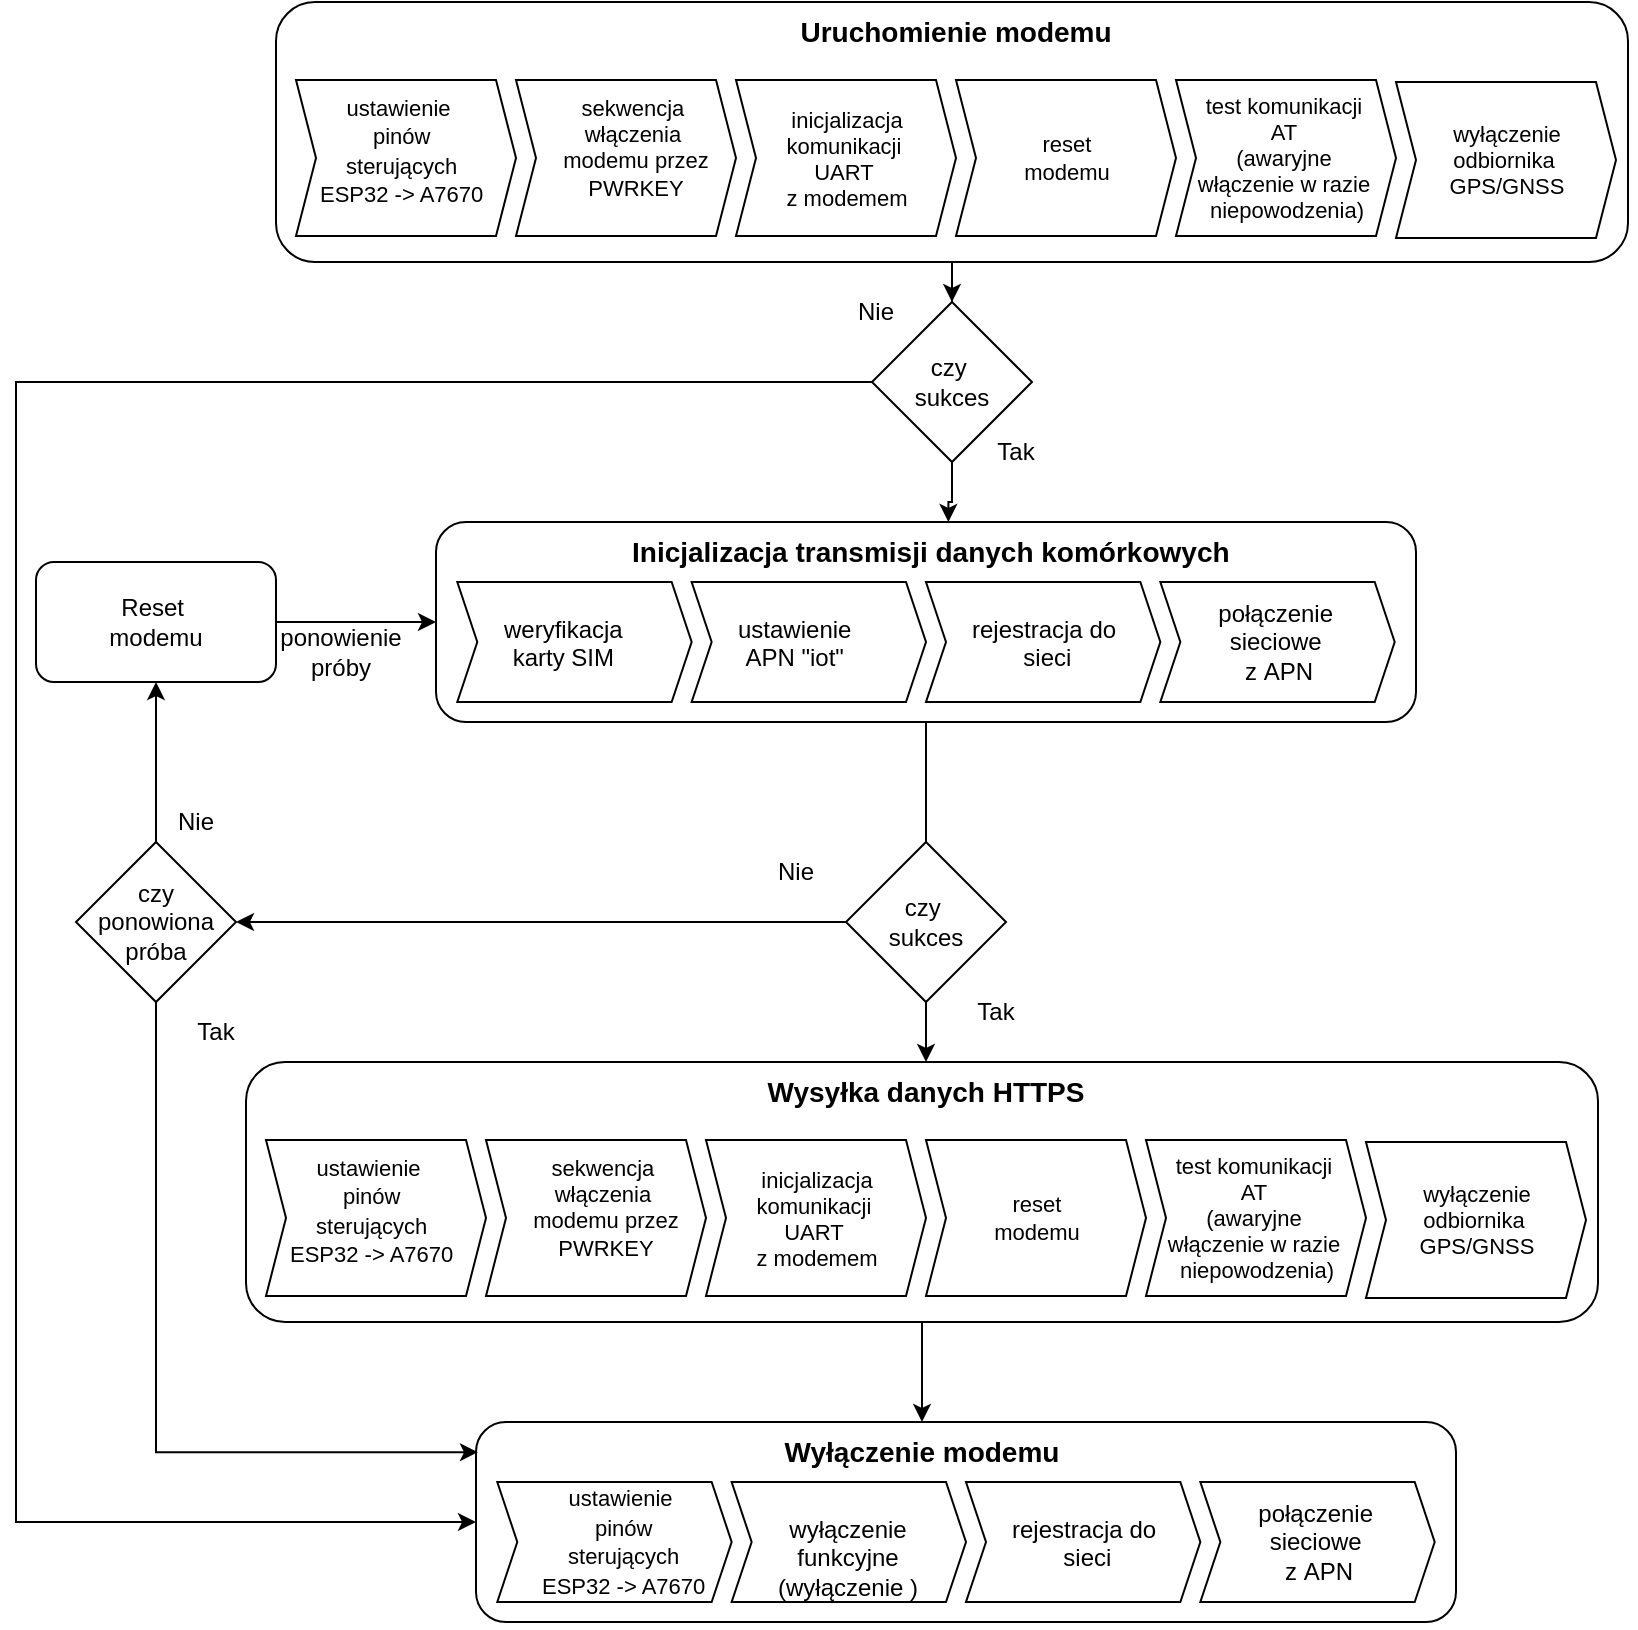
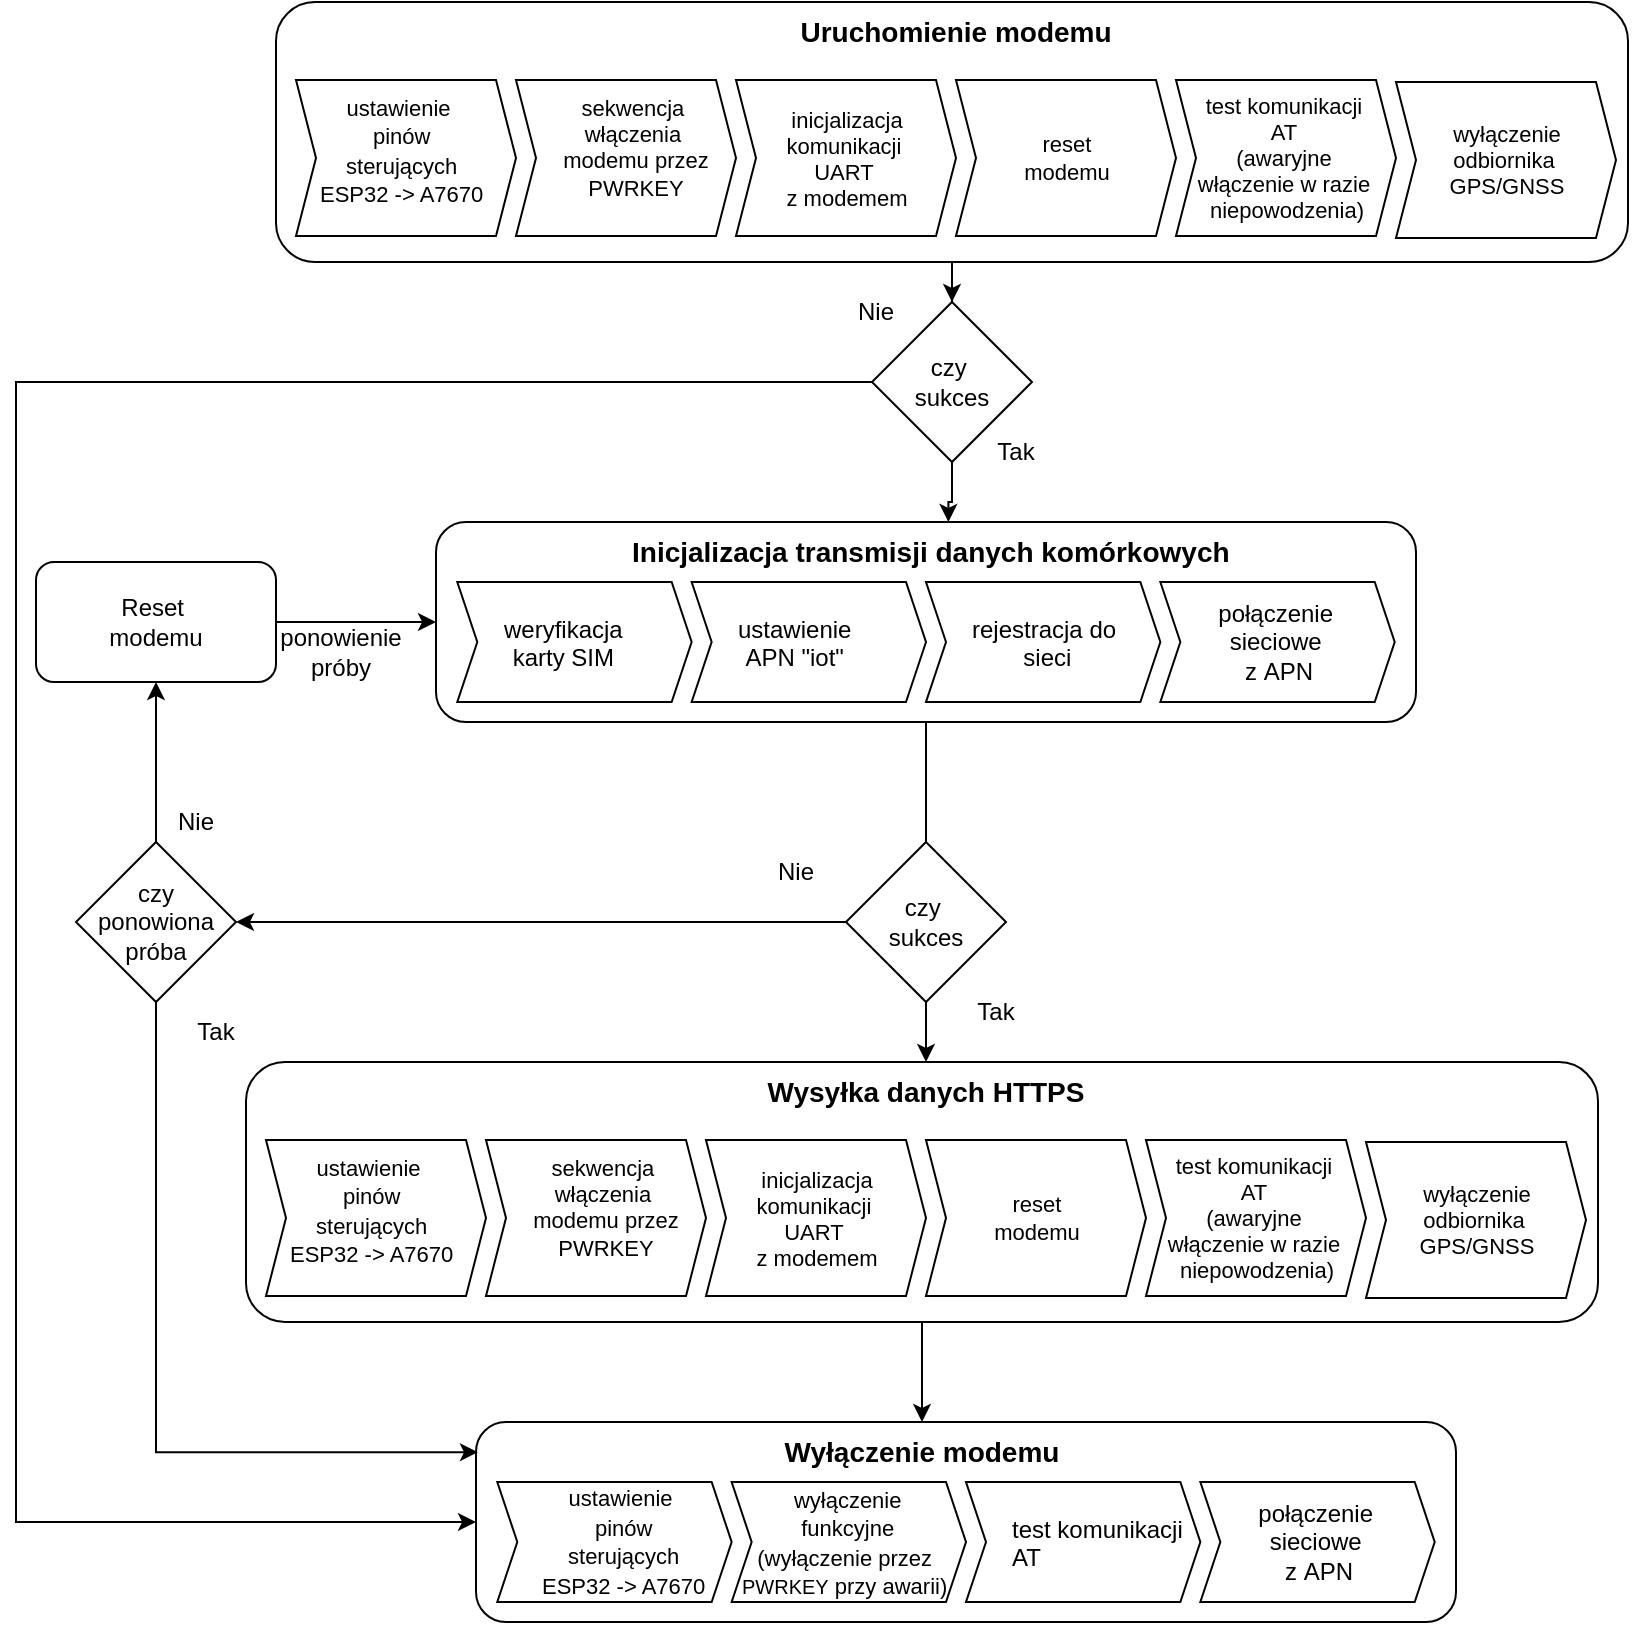
<mxfile host="app.diagrams.net">
  <diagram name="Strona-1" id="qUiWrLwNQSNPpPlMcjFA">
-     <mxGraphModel dx="2038" dy="2347" grid="1" gridSize="10" guides="1" tooltips="1" connect="1" arrows="1" fold="1" page="1" pageScale="1" pageWidth="827" pageHeight="1169" math="0" shadow="0">
+     <mxGraphModel dx="403" dy="1562" grid="1" gridSize="10" guides="1" tooltips="1" connect="1" arrows="1" fold="1" page="1" pageScale="1" pageWidth="827" pageHeight="1169" math="0" shadow="0">
      <root>
        <mxCell id="0" />
        <mxCell id="1" parent="0" />
        <mxCell id="zzqq1YDTvUKB0URQ00NY-44" connectable="0" parent="1" style="group" value="" vertex="1">
          <mxGeometry height="100" width="490" x="650" y="110" as="geometry" />
        </mxCell>
        <mxCell id="zzqq1YDTvUKB0URQ00NY-41" parent="zzqq1YDTvUKB0URQ00NY-44" style="rounded=1;whiteSpace=wrap;html=1;fillColor=none;" value="" vertex="1">
          <mxGeometry height="100" width="490.0000000000001" as="geometry" />
        </mxCell>
        <mxCell id="zzqq1YDTvUKB0URQ00NY-43" connectable="0" parent="zzqq1YDTvUKB0URQ00NY-44" style="group" value="" vertex="1">
          <mxGeometry height="90" width="468.6956521739131" x="10.65217391304348" as="geometry" />
        </mxCell>
        <mxCell id="zzqq1YDTvUKB0URQ00NY-32" parent="zzqq1YDTvUKB0URQ00NY-43" style="html=1;shadow=0;dashed=0;align=center;verticalAlign=middle;shape=mxgraph.arrows2.arrow;dy=0;dx=10;notch=10;" value="" vertex="1">
          <mxGeometry height="60" width="117.17391304347828" y="30" as="geometry" />
        </mxCell>
        <mxCell id="zzqq1YDTvUKB0URQ00NY-34" parent="zzqq1YDTvUKB0URQ00NY-43" style="text;whiteSpace=wrap;html=1;" value="&lt;span style=&quot;caret-color: rgb(0, 0, 0); color: rgb(0, 0, 0); font-family: Helvetica; font-size: 12.000001px; font-style: normal; font-variant-caps: normal; font-weight: 400; letter-spacing: normal; orphans: 2; text-align: center; text-indent: 0px; text-transform: none; white-space: nowrap; widows: 2; word-spacing: 0px; -webkit-text-stroke-width: 0px; text-decoration-line: none; text-decoration-thickness: auto; text-decoration-style: solid;&quot;&gt;weryfikacja&lt;/span&gt;&lt;div style=&quot;caret-color: rgb(0, 0, 0); color: rgb(0, 0, 0); font-family: Helvetica; font-size: 12.000001px; font-style: normal; font-variant-caps: normal; font-weight: 400; letter-spacing: normal; orphans: 2; text-align: center; text-indent: 0px; text-transform: none; white-space: nowrap; widows: 2; word-spacing: 0px; -webkit-text-stroke-width: 0px; text-decoration-line: none; text-decoration-thickness: auto; text-decoration-style: solid;&quot;&gt;karty SIM&lt;/div&gt;" vertex="1">
          <mxGeometry height="50" width="95.86956521739131" x="21.30434782608696" y="40" as="geometry" />
        </mxCell>
        <mxCell id="zzqq1YDTvUKB0URQ00NY-35" parent="zzqq1YDTvUKB0URQ00NY-43" style="html=1;shadow=0;dashed=0;align=center;verticalAlign=middle;shape=mxgraph.arrows2.arrow;dy=0;dx=10;notch=10;" value="" vertex="1">
          <mxGeometry height="60" width="117.17391304347828" x="117.17391304347828" y="30" as="geometry" />
        </mxCell>
        <mxCell id="zzqq1YDTvUKB0URQ00NY-36" parent="zzqq1YDTvUKB0URQ00NY-43" style="text;whiteSpace=wrap;html=1;" value="&lt;div style=&quot;text-align: center;&quot;&gt;&lt;span style=&quot;font-size: 12px; caret-color: rgb(0, 0, 0); text-wrap-mode: nowrap;&quot;&gt;&lt;font color=&quot;#000000&quot;&gt;ustawienie&lt;/font&gt;&lt;/span&gt;&lt;/div&gt;&lt;div style=&quot;text-align: center;&quot;&gt;&lt;span style=&quot;font-size: 12px; caret-color: rgb(0, 0, 0); text-wrap-mode: nowrap;&quot;&gt;&lt;font color=&quot;#000000&quot;&gt;APN&amp;nbsp;&lt;/font&gt;&lt;/span&gt;&lt;span style=&quot;font-size: 12px; white-space: nowrap;&quot;&gt;&quot;iot&quot;&lt;/span&gt;&lt;/div&gt;" vertex="1">
          <mxGeometry height="50" width="95.86956521739131" x="138.47826086956525" y="40" as="geometry" />
        </mxCell>
        <mxCell id="zzqq1YDTvUKB0URQ00NY-37" parent="zzqq1YDTvUKB0URQ00NY-43" style="html=1;shadow=0;dashed=0;align=center;verticalAlign=middle;shape=mxgraph.arrows2.arrow;dy=0;dx=10;notch=10;" value="" vertex="1">
          <mxGeometry height="60" width="117.17391304347828" x="234.34782608695656" y="30" as="geometry" />
        </mxCell>
        <mxCell id="zzqq1YDTvUKB0URQ00NY-38" parent="zzqq1YDTvUKB0URQ00NY-43" style="text;whiteSpace=wrap;html=1;" value="&lt;div style=&quot;text-align: center;&quot;&gt;&lt;span style=&quot;caret-color: rgb(0, 0, 0); text-wrap-mode: nowrap;&quot;&gt;rejestracja do&amp;nbsp;&lt;/span&gt;&lt;/div&gt;&lt;div style=&quot;text-align: center;&quot;&gt;&lt;span style=&quot;caret-color: rgb(0, 0, 0); text-wrap-mode: nowrap;&quot;&gt;sieci&lt;/span&gt;&lt;/div&gt;" vertex="1">
          <mxGeometry height="50" width="95.86956521739131" x="255.6521739130435" y="40" as="geometry" />
        </mxCell>
        <mxCell id="zzqq1YDTvUKB0URQ00NY-39" parent="zzqq1YDTvUKB0URQ00NY-43" style="html=1;shadow=0;dashed=0;align=center;verticalAlign=middle;shape=mxgraph.arrows2.arrow;dy=0;dx=10;notch=10;" value="połączenie&amp;nbsp;&lt;div&gt;sieciowe&amp;nbsp;&lt;/div&gt;&lt;div&gt;z&amp;nbsp;&lt;span style=&quot;font-size: 12px;&quot;&gt;APN&lt;/span&gt;&lt;/div&gt;" vertex="1">
          <mxGeometry height="60" width="117.17391304347828" x="351.52173913043487" y="30" as="geometry" />
        </mxCell>
        <mxCell id="zzqq1YDTvUKB0URQ00NY-42" parent="zzqq1YDTvUKB0URQ00NY-43" style="text;whiteSpace=wrap;html=1;" value="&lt;div style=&quot;text-align: center;&quot;&gt;&lt;span style=&quot;text-align: start;&quot;&gt;&lt;b&gt;&lt;font style=&quot;font-size: 14px;&quot;&gt;Inicjalizacja transmisji danych komórkowych&lt;/font&gt;&lt;/b&gt;&lt;/span&gt;&lt;br&gt;&lt;/div&gt;" vertex="1">
          <mxGeometry height="50" width="320.63043478260875" x="85.21739130434784" as="geometry" />
        </mxCell>
        <mxCell id="zzqq1YDTvUKB0URQ00NY-64" connectable="0" parent="1" style="group" value="" vertex="1">
          <mxGeometry height="130" width="680" x="570" y="-150" as="geometry" />
        </mxCell>
        <mxCell id="zzqq1YDTvUKB0URQ00NY-47" parent="zzqq1YDTvUKB0URQ00NY-64" style="rounded=1;whiteSpace=wrap;html=1;fillColor=none;" value="" vertex="1">
          <mxGeometry height="130" width="676" as="geometry" />
        </mxCell>
        <mxCell id="zzqq1YDTvUKB0URQ00NY-63" connectable="0" parent="zzqq1YDTvUKB0URQ00NY-64" style="group" value="" vertex="1">
          <mxGeometry height="118" width="670" x="10" as="geometry" />
        </mxCell>
        <mxCell id="zzqq1YDTvUKB0URQ00NY-48" connectable="0" parent="zzqq1YDTvUKB0URQ00NY-63" style="group" value="" vertex="1">
          <mxGeometry height="117" width="670" as="geometry" />
        </mxCell>
        <mxCell id="zzqq1YDTvUKB0URQ00NY-49" parent="zzqq1YDTvUKB0URQ00NY-48" style="html=1;shadow=0;dashed=0;align=center;verticalAlign=middle;shape=mxgraph.arrows2.arrow;dy=0;dx=10;notch=10;" value="" vertex="1">
          <mxGeometry height="78" width="110" y="39" as="geometry" />
        </mxCell>
        <mxCell id="zzqq1YDTvUKB0URQ00NY-51" parent="zzqq1YDTvUKB0URQ00NY-48" style="html=1;shadow=0;dashed=0;align=center;verticalAlign=middle;shape=mxgraph.arrows2.arrow;dy=0;dx=10;notch=10;" value="" vertex="1">
          <mxGeometry height="78" width="110" x="110" y="39" as="geometry" />
        </mxCell>
        <mxCell id="zzqq1YDTvUKB0URQ00NY-52" parent="zzqq1YDTvUKB0URQ00NY-48" style="text;whiteSpace=wrap;html=1;fontSize=11;align=center;" value="&lt;div style=&quot;&quot;&gt;&lt;span style=&quot;caret-color: rgb(0, 0, 0); text-wrap-mode: nowrap;&quot;&gt;sekwencja&amp;nbsp;&lt;/span&gt;&lt;/div&gt;&lt;div style=&quot;&quot;&gt;&lt;span style=&quot;caret-color: rgb(0, 0, 0); text-wrap-mode: nowrap;&quot;&gt;włączenia&amp;nbsp;&lt;/span&gt;&lt;/div&gt;&lt;div style=&quot;&quot;&gt;&lt;span style=&quot;caret-color: rgb(0, 0, 0); text-wrap-mode: nowrap;&quot;&gt;modemu przez&lt;/span&gt;&lt;/div&gt;&lt;div style=&quot;&quot;&gt;&lt;span style=&quot;caret-color: rgb(0, 0, 0); text-wrap-mode: nowrap;&quot;&gt;PWRKEY&lt;/span&gt;&lt;/div&gt;&lt;div style=&quot;&quot;&gt;&lt;span style=&quot;caret-color: rgb(0, 0, 0); text-wrap-mode: nowrap;&quot;&gt;&lt;br&gt;&lt;/span&gt;&lt;/div&gt;&lt;div style=&quot;&quot;&gt;&lt;br&gt;&lt;/div&gt;" vertex="1">
          <mxGeometry height="77" width="120" x="110" y="40" as="geometry" />
        </mxCell>
        <mxCell id="zzqq1YDTvUKB0URQ00NY-53" parent="zzqq1YDTvUKB0URQ00NY-48" style="html=1;shadow=0;dashed=0;align=center;verticalAlign=middle;shape=mxgraph.arrows2.arrow;dy=0;dx=10;notch=10;" value="&lt;span style=&quot;font-size: 11px; float: none; display: inline !important; caret-color: rgb(0, 0, 0); color: rgb(0, 0, 0); text-decoration-color: currentcolor;&quot;&gt;inicjalizacja&lt;/span&gt;&lt;div style=&quot;font-size: 11px; white-space: normal; caret-color: rgb(0, 0, 0); color: rgb(0, 0, 0);&quot;&gt;&lt;span style=&quot;text-wrap-mode: nowrap;&quot;&gt;komunikacji&amp;nbsp;&lt;/span&gt;&lt;/div&gt;&lt;div style=&quot;font-size: 11px; white-space: normal; caret-color: rgb(0, 0, 0); color: rgb(0, 0, 0);&quot;&gt;&lt;span style=&quot;text-wrap-mode: nowrap;&quot;&gt;UART&amp;nbsp;&lt;/span&gt;&lt;/div&gt;&lt;div style=&quot;font-size: 11px; white-space: normal; caret-color: rgb(0, 0, 0); color: rgb(0, 0, 0);&quot;&gt;&lt;span style=&quot;text-wrap-mode: nowrap;&quot;&gt;z modemem&lt;/span&gt;&lt;/div&gt;" vertex="1">
          <mxGeometry height="78" width="110" x="220" y="39" as="geometry" />
        </mxCell>
        <mxCell id="zzqq1YDTvUKB0URQ00NY-55" parent="zzqq1YDTvUKB0URQ00NY-48" style="html=1;shadow=0;dashed=0;align=center;verticalAlign=middle;shape=mxgraph.arrows2.arrow;dy=0;dx=10;notch=10;fontSize=11;labelBackgroundColor=none;" value="reset&lt;div&gt;modemu&lt;/div&gt;" vertex="1">
          <mxGeometry height="78" width="110" x="330" y="39" as="geometry" />
        </mxCell>
        <mxCell id="zzqq1YDTvUKB0URQ00NY-56" parent="zzqq1YDTvUKB0URQ00NY-48" style="text;whiteSpace=wrap;html=1;align=center;" value="&lt;div style=&quot;&quot;&gt;&lt;span style=&quot;font-size: 14px;&quot;&gt;&lt;b&gt;Uruchomienie modemu&lt;/b&gt;&lt;/span&gt;&lt;/div&gt;" vertex="1">
          <mxGeometry height="65" width="680" x="-10" as="geometry" />
        </mxCell>
        <mxCell id="zzqq1YDTvUKB0URQ00NY-50" parent="zzqq1YDTvUKB0URQ00NY-48" style="text;whiteSpace=wrap;html=1;" value="&lt;div style=&quot;text-align: center;&quot;&gt;&lt;span style=&quot;text-wrap-mode: nowrap;&quot;&gt;&lt;font style=&quot;font-size: 11px;&quot;&gt;ustawienie&amp;nbsp;&lt;/font&gt;&lt;/span&gt;&lt;/div&gt;&lt;div style=&quot;text-align: center;&quot;&gt;&lt;span style=&quot;text-wrap-mode: nowrap;&quot;&gt;&lt;font style=&quot;font-size: 11px;&quot;&gt;pinów&lt;/font&gt;&lt;/span&gt;&lt;/div&gt;&lt;div style=&quot;text-align: center;&quot;&gt;&lt;span style=&quot;text-wrap-mode: nowrap;&quot;&gt;&lt;font style=&quot;font-size: 11px;&quot;&gt;&amp;nbsp;sterujących&amp;nbsp;&lt;/font&gt;&lt;/span&gt;&lt;/div&gt;&lt;div style=&quot;text-align: center;&quot;&gt;&lt;span style=&quot;font-size: 11px; text-wrap-mode: nowrap;&quot;&gt;ESP32 -&amp;gt; A7670&lt;/span&gt;&lt;/div&gt;&lt;div style=&quot;text-align: center;&quot;&gt;&lt;span style=&quot;text-wrap-mode: nowrap;&quot;&gt;&lt;br&gt;&lt;/span&gt;&lt;/div&gt;" vertex="1">
          <mxGeometry height="65" width="90" x="10" y="39" as="geometry" />
        </mxCell>
        <mxCell id="zzqq1YDTvUKB0URQ00NY-58" parent="zzqq1YDTvUKB0URQ00NY-63" style="html=1;shadow=0;dashed=0;align=center;verticalAlign=middle;shape=mxgraph.arrows2.arrow;dy=0;dx=10;notch=10;fontSize=11;" value="test komunikacji&amp;nbsp;&lt;div&gt;AT&amp;nbsp;&lt;div&gt;(awaryjne&amp;nbsp;&lt;/div&gt;&lt;div&gt;włączenie w razie&amp;nbsp;&lt;/div&gt;&lt;div&gt;niepowodzenia)&lt;/div&gt;&lt;/div&gt;" vertex="1">
          <mxGeometry height="78" width="110" x="440" y="39" as="geometry" />
        </mxCell>
        <mxCell id="zzqq1YDTvUKB0URQ00NY-59" parent="zzqq1YDTvUKB0URQ00NY-63" style="html=1;shadow=0;dashed=0;align=center;verticalAlign=middle;shape=mxgraph.arrows2.arrow;dy=0;dx=10;notch=10;fontSize=11;" value="wyłączenie&lt;div&gt;odbiornika&amp;nbsp;&lt;/div&gt;&lt;div&gt;GPS/GNSS&lt;/div&gt;" vertex="1">
          <mxGeometry height="78" width="110" x="550" y="40" as="geometry" />
        </mxCell>
        <mxCell id="zzqq1YDTvUKB0URQ00NY-69" edge="1" parent="1" source="zzqq1YDTvUKB0URQ00NY-65" style="edgeStyle=orthogonalEdgeStyle;rounded=0;orthogonalLoop=1;jettySize=auto;html=1;fontSize=13;" target="zzqq1YDTvUKB0URQ00NY-42" value="">
          <mxGeometry relative="1" as="geometry" />
        </mxCell>
        <mxCell id="zzqq1YDTvUKB0URQ00NY-126" edge="1" parent="1" source="zzqq1YDTvUKB0URQ00NY-65" style="edgeStyle=orthogonalEdgeStyle;rounded=0;orthogonalLoop=1;jettySize=auto;html=1;entryX=0;entryY=0.5;entryDx=0;entryDy=0;" target="zzqq1YDTvUKB0URQ00NY-73">
          <mxGeometry relative="1" as="geometry">
            <Array as="points">
              <mxPoint x="440" y="40" />
              <mxPoint x="440" y="610" />
            </Array>
            <mxPoint x="430" y="730" as="targetPoint" />
          </mxGeometry>
        </mxCell>
        <mxCell id="zzqq1YDTvUKB0URQ00NY-65" parent="1" style="rhombus;whiteSpace=wrap;html=1;" value="czy&amp;nbsp;&lt;div&gt;sukces&lt;/div&gt;" vertex="1">
          <mxGeometry height="80" width="80" x="868" as="geometry" />
        </mxCell>
        <mxCell id="zzqq1YDTvUKB0URQ00NY-66" parent="1" style="text;html=1;whiteSpace=wrap;strokeColor=none;fillColor=none;align=center;verticalAlign=middle;rounded=0;" value="Nie" vertex="1">
          <mxGeometry height="30" width="60" x="840" y="-10" as="geometry" />
        </mxCell>
        <mxCell id="zzqq1YDTvUKB0URQ00NY-72" connectable="0" parent="1" style="group" value="" vertex="1">
          <mxGeometry height="100" width="490" x="670" y="560" as="geometry" />
        </mxCell>
        <mxCell id="zzqq1YDTvUKB0URQ00NY-73" parent="zzqq1YDTvUKB0URQ00NY-72" style="rounded=1;whiteSpace=wrap;html=1;fillColor=none;" value="" vertex="1">
          <mxGeometry height="100" width="490.0000000000001" as="geometry" />
        </mxCell>
        <mxCell id="zzqq1YDTvUKB0URQ00NY-74" connectable="0" parent="zzqq1YDTvUKB0URQ00NY-72" style="group" value="" vertex="1">
-           <mxGeometry height="90" width="470" x="10.65217391304348" as="geometry" />
+           <mxGeometry height="95" width="470" x="10.65217391304348" as="geometry" />
        </mxCell>
        <mxCell id="zzqq1YDTvUKB0URQ00NY-75" parent="zzqq1YDTvUKB0URQ00NY-74" style="html=1;shadow=0;dashed=0;align=center;verticalAlign=middle;shape=mxgraph.arrows2.arrow;dy=0;dx=10;notch=10;" value="" vertex="1">
          <mxGeometry height="60" width="117.17391304347828" y="30" as="geometry" />
        </mxCell>
        <mxCell id="zzqq1YDTvUKB0URQ00NY-76" parent="zzqq1YDTvUKB0URQ00NY-74" style="text;whiteSpace=wrap;html=1;" value="&lt;div style=&quot;font-size: 12.000001px; text-align: center;&quot;&gt;&lt;span style=&quot;text-wrap-mode: nowrap;&quot;&gt;&lt;font style=&quot;font-size: 11px;&quot;&gt;&lt;br&gt;&lt;/font&gt;&lt;/span&gt;&lt;/div&gt;&lt;div style=&quot;font-size: 12.000001px; text-align: center;&quot;&gt;&lt;span style=&quot;text-wrap-mode: nowrap;&quot;&gt;&lt;font style=&quot;font-size: 11px;&quot;&gt;ustawienie&amp;nbsp;&lt;/font&gt;&lt;/span&gt;&lt;/div&gt;&lt;div style=&quot;font-size: 12.000001px; text-align: center;&quot;&gt;&lt;span style=&quot;text-wrap-mode: nowrap;&quot;&gt;&lt;font style=&quot;font-size: 11px;&quot;&gt;pinów&lt;/font&gt;&lt;/span&gt;&lt;/div&gt;&lt;div style=&quot;font-size: 12.000001px; text-align: center;&quot;&gt;&lt;span style=&quot;text-wrap-mode: nowrap;&quot;&gt;&lt;font style=&quot;font-size: 11px;&quot;&gt;&amp;nbsp;sterujących&amp;nbsp;&lt;/font&gt;&lt;/span&gt;&lt;/div&gt;&lt;div style=&quot;font-size: 12.000001px; text-align: center;&quot;&gt;&lt;span style=&quot;font-size: 11px; text-wrap-mode: nowrap;&quot;&gt;ESP32 -&amp;gt; A7670&lt;/span&gt;&lt;/div&gt;&lt;div&gt;&lt;span style=&quot;font-size: 11px; text-wrap-mode: nowrap;&quot;&gt;&lt;br&gt;&lt;/span&gt;&lt;/div&gt;" vertex="1">
          <mxGeometry height="80" width="97.17" x="20" y="10" as="geometry" />
        </mxCell>
        <mxCell id="zzqq1YDTvUKB0URQ00NY-77" parent="zzqq1YDTvUKB0URQ00NY-74" style="html=1;shadow=0;dashed=0;align=center;verticalAlign=middle;shape=mxgraph.arrows2.arrow;dy=0;dx=10;notch=10;" value="" vertex="1">
          <mxGeometry height="60" width="117.17391304347828" x="117.17391304347828" y="30" as="geometry" />
        </mxCell>
-         <mxCell id="zzqq1YDTvUKB0URQ00NY-78" parent="zzqq1YDTvUKB0URQ00NY-74" style="text;whiteSpace=wrap;html=1;" value="&lt;div style=&quot;text-align: center;&quot;&gt;&lt;span style=&quot;caret-color: rgb(0, 0, 0); text-wrap-mode: nowrap;&quot;&gt;wyłączenie&lt;/span&gt;&lt;/div&gt;&lt;div style=&quot;text-align: center;&quot;&gt;&lt;span style=&quot;caret-color: rgb(0, 0, 0); text-wrap-mode: nowrap;&quot;&gt;funkcyjne&lt;/span&gt;&lt;/div&gt;&lt;div style=&quot;text-align: center;&quot;&gt;&lt;span style=&quot;text-wrap-mode: nowrap;&quot;&gt;(wyłączenie&amp;nbsp;)&lt;/span&gt;&lt;/div&gt;" vertex="1">
-           <mxGeometry height="50" width="95.86956521739131" x="138.47826086956525" y="40" as="geometry" />
+         <mxCell id="zzqq1YDTvUKB0URQ00NY-78" parent="zzqq1YDTvUKB0URQ00NY-74" style="text;whiteSpace=wrap;html=1;" value="&lt;div style=&quot;text-align: center;&quot;&gt;&lt;span style=&quot;caret-color: rgb(0, 0, 0); text-wrap-mode: nowrap;&quot;&gt;&lt;font style=&quot;font-size: 11px;&quot;&gt;wyłączenie&lt;/font&gt;&lt;/span&gt;&lt;/div&gt;&lt;div style=&quot;text-align: center;&quot;&gt;&lt;span style=&quot;caret-color: rgb(0, 0, 0); text-wrap-mode: nowrap;&quot;&gt;&lt;font style=&quot;font-size: 11px;&quot;&gt;funkcyjne&lt;/font&gt;&lt;/span&gt;&lt;/div&gt;&lt;div style=&quot;text-align: center;&quot;&gt;&lt;font style=&quot;font-size: 11px;&quot;&gt;&lt;span style=&quot;text-wrap-mode: nowrap;&quot;&gt;(wyłączenie&amp;nbsp;&lt;/span&gt;&lt;span style=&quot;white-space: nowrap;&quot;&gt;przez&amp;nbsp;&lt;/span&gt;&lt;/font&gt;&lt;/div&gt;&lt;div style=&quot;text-align: center;&quot;&gt;&lt;span style=&quot;white-space: nowrap;&quot;&gt;&lt;font style=&quot;font-size: 10px;&quot;&gt;PWRKEY&lt;/font&gt;&lt;font style=&quot;font-size: 11px;&quot;&gt; przy awarii)&amp;nbsp;&lt;/font&gt;&lt;/span&gt;&lt;/div&gt;" vertex="1">
+           <mxGeometry height="70" width="135.65" x="120" y="25" as="geometry" />
        </mxCell>
        <mxCell id="zzqq1YDTvUKB0URQ00NY-79" parent="zzqq1YDTvUKB0URQ00NY-74" style="html=1;shadow=0;dashed=0;align=center;verticalAlign=middle;shape=mxgraph.arrows2.arrow;dy=0;dx=10;notch=10;" value="" vertex="1">
          <mxGeometry height="60" width="117.17391304347828" x="234.34782608695656" y="30" as="geometry" />
        </mxCell>
-         <mxCell id="zzqq1YDTvUKB0URQ00NY-80" parent="zzqq1YDTvUKB0URQ00NY-74" style="text;whiteSpace=wrap;html=1;" value="&lt;div style=&quot;text-align: center;&quot;&gt;&lt;span style=&quot;caret-color: rgb(0, 0, 0); text-wrap-mode: nowrap;&quot;&gt;rejestracja do&amp;nbsp;&lt;/span&gt;&lt;/div&gt;&lt;div style=&quot;text-align: center;&quot;&gt;&lt;span style=&quot;caret-color: rgb(0, 0, 0); text-wrap-mode: nowrap;&quot;&gt;sieci&lt;/span&gt;&lt;/div&gt;" vertex="1">
+         <mxCell id="zzqq1YDTvUKB0URQ00NY-80" parent="zzqq1YDTvUKB0URQ00NY-74" style="text;whiteSpace=wrap;html=1;" value="&lt;span style=&quot;text-wrap-mode: nowrap;&quot;&gt;test komunikacji&amp;nbsp;&lt;/span&gt;&lt;div&gt;&lt;span style=&quot;text-wrap-mode: nowrap;&quot;&gt;AT&lt;/span&gt;&lt;/div&gt;" vertex="1">
          <mxGeometry height="50" width="95.86956521739131" x="255.6521739130435" y="40" as="geometry" />
        </mxCell>
        <mxCell id="zzqq1YDTvUKB0URQ00NY-81" parent="zzqq1YDTvUKB0URQ00NY-74" style="html=1;shadow=0;dashed=0;align=center;verticalAlign=middle;shape=mxgraph.arrows2.arrow;dy=0;dx=10;notch=10;" value="połączenie&amp;nbsp;&lt;div&gt;sieciowe&amp;nbsp;&lt;/div&gt;&lt;div&gt;z&amp;nbsp;&lt;span style=&quot;font-size: 12px;&quot;&gt;APN&lt;/span&gt;&lt;/div&gt;" vertex="1">
          <mxGeometry height="60" width="117.17391304347828" x="351.52173913043487" y="30" as="geometry" />
        </mxCell>
        <mxCell id="zzqq1YDTvUKB0URQ00NY-82" parent="zzqq1YDTvUKB0URQ00NY-72" style="text;whiteSpace=wrap;html=1;align=center;" value="&lt;div style=&quot;&quot;&gt;&lt;span style=&quot;&quot;&gt;&lt;b&gt;&lt;font style=&quot;font-size: 14px;&quot;&gt;Wyłączenie modemu&lt;/font&gt;&lt;/b&gt;&lt;/span&gt;&lt;br&gt;&lt;/div&gt;" vertex="1">
          <mxGeometry height="50" width="470" x="-11.9978260869565" as="geometry" />
        </mxCell>
        <mxCell id="zzqq1YDTvUKB0URQ00NY-94" parent="1" style="text;html=1;whiteSpace=wrap;strokeColor=none;fillColor=none;align=center;verticalAlign=middle;rounded=0;" value="Tak" vertex="1">
          <mxGeometry height="30" width="60" x="910" y="60" as="geometry" />
        </mxCell>
        <mxCell id="zzqq1YDTvUKB0URQ00NY-95" connectable="0" parent="1" style="group" value="" vertex="1">
          <mxGeometry height="130" width="680" x="555" y="380" as="geometry" />
        </mxCell>
        <mxCell id="zzqq1YDTvUKB0URQ00NY-96" parent="zzqq1YDTvUKB0URQ00NY-95" style="rounded=1;whiteSpace=wrap;html=1;fillColor=none;" value="" vertex="1">
          <mxGeometry height="130" width="676" as="geometry" />
        </mxCell>
        <mxCell id="zzqq1YDTvUKB0URQ00NY-97" connectable="0" parent="zzqq1YDTvUKB0URQ00NY-95" style="group" value="" vertex="1">
          <mxGeometry height="118" width="670" x="10" as="geometry" />
        </mxCell>
        <mxCell id="zzqq1YDTvUKB0URQ00NY-98" connectable="0" parent="zzqq1YDTvUKB0URQ00NY-97" style="group" value="" vertex="1">
          <mxGeometry height="117" width="670" as="geometry" />
        </mxCell>
        <mxCell id="zzqq1YDTvUKB0URQ00NY-99" parent="zzqq1YDTvUKB0URQ00NY-98" style="html=1;shadow=0;dashed=0;align=center;verticalAlign=middle;shape=mxgraph.arrows2.arrow;dy=0;dx=10;notch=10;" value="" vertex="1">
          <mxGeometry height="78" width="110" y="39" as="geometry" />
        </mxCell>
        <mxCell id="zzqq1YDTvUKB0URQ00NY-100" parent="zzqq1YDTvUKB0URQ00NY-98" style="html=1;shadow=0;dashed=0;align=center;verticalAlign=middle;shape=mxgraph.arrows2.arrow;dy=0;dx=10;notch=10;" value="" vertex="1">
          <mxGeometry height="78" width="110" x="110" y="39" as="geometry" />
        </mxCell>
        <mxCell id="zzqq1YDTvUKB0URQ00NY-101" parent="zzqq1YDTvUKB0URQ00NY-98" style="text;whiteSpace=wrap;html=1;fontSize=11;align=center;" value="&lt;div style=&quot;&quot;&gt;&lt;span style=&quot;caret-color: rgb(0, 0, 0); text-wrap-mode: nowrap;&quot;&gt;sekwencja&amp;nbsp;&lt;/span&gt;&lt;/div&gt;&lt;div style=&quot;&quot;&gt;&lt;span style=&quot;caret-color: rgb(0, 0, 0); text-wrap-mode: nowrap;&quot;&gt;włączenia&amp;nbsp;&lt;/span&gt;&lt;/div&gt;&lt;div style=&quot;&quot;&gt;&lt;span style=&quot;caret-color: rgb(0, 0, 0); text-wrap-mode: nowrap;&quot;&gt;modemu przez&lt;/span&gt;&lt;/div&gt;&lt;div style=&quot;&quot;&gt;&lt;span style=&quot;caret-color: rgb(0, 0, 0); text-wrap-mode: nowrap;&quot;&gt;PWRKEY&lt;/span&gt;&lt;/div&gt;&lt;div style=&quot;&quot;&gt;&lt;span style=&quot;caret-color: rgb(0, 0, 0); text-wrap-mode: nowrap;&quot;&gt;&lt;br&gt;&lt;/span&gt;&lt;/div&gt;&lt;div style=&quot;&quot;&gt;&lt;br&gt;&lt;/div&gt;" vertex="1">
          <mxGeometry height="77" width="120" x="110" y="40" as="geometry" />
        </mxCell>
        <mxCell id="zzqq1YDTvUKB0URQ00NY-102" parent="zzqq1YDTvUKB0URQ00NY-98" style="html=1;shadow=0;dashed=0;align=center;verticalAlign=middle;shape=mxgraph.arrows2.arrow;dy=0;dx=10;notch=10;" value="&lt;span style=&quot;font-size: 11px; float: none; display: inline !important; caret-color: rgb(0, 0, 0); color: rgb(0, 0, 0); text-decoration-color: currentcolor;&quot;&gt;inicjalizacja&lt;/span&gt;&lt;div style=&quot;font-size: 11px; white-space: normal; caret-color: rgb(0, 0, 0); color: rgb(0, 0, 0);&quot;&gt;&lt;span style=&quot;text-wrap-mode: nowrap;&quot;&gt;komunikacji&amp;nbsp;&lt;/span&gt;&lt;/div&gt;&lt;div style=&quot;font-size: 11px; white-space: normal; caret-color: rgb(0, 0, 0); color: rgb(0, 0, 0);&quot;&gt;&lt;span style=&quot;text-wrap-mode: nowrap;&quot;&gt;UART&amp;nbsp;&lt;/span&gt;&lt;/div&gt;&lt;div style=&quot;font-size: 11px; white-space: normal; caret-color: rgb(0, 0, 0); color: rgb(0, 0, 0);&quot;&gt;&lt;span style=&quot;text-wrap-mode: nowrap;&quot;&gt;z modemem&lt;/span&gt;&lt;/div&gt;" vertex="1">
          <mxGeometry height="78" width="110" x="220" y="39" as="geometry" />
        </mxCell>
        <mxCell id="zzqq1YDTvUKB0URQ00NY-103" parent="zzqq1YDTvUKB0URQ00NY-98" style="html=1;shadow=0;dashed=0;align=center;verticalAlign=middle;shape=mxgraph.arrows2.arrow;dy=0;dx=10;notch=10;fontSize=11;labelBackgroundColor=none;" value="reset&lt;div&gt;modemu&lt;/div&gt;" vertex="1">
          <mxGeometry height="78" width="110" x="330" y="39" as="geometry" />
        </mxCell>
        <mxCell id="zzqq1YDTvUKB0URQ00NY-104" parent="zzqq1YDTvUKB0URQ00NY-98" style="text;whiteSpace=wrap;html=1;align=center;" value="&lt;div style=&quot;&quot;&gt;&lt;span style=&quot;font-size: 14px;&quot;&gt;&lt;b&gt;Wysyłka danych HTTPS&lt;/b&gt;&lt;/span&gt;&lt;/div&gt;" vertex="1">
          <mxGeometry height="65" width="680" x="-10" as="geometry" />
        </mxCell>
        <mxCell id="zzqq1YDTvUKB0URQ00NY-105" parent="zzqq1YDTvUKB0URQ00NY-98" style="text;whiteSpace=wrap;html=1;" value="&lt;div style=&quot;text-align: center;&quot;&gt;&lt;span style=&quot;text-wrap-mode: nowrap;&quot;&gt;&lt;font style=&quot;font-size: 11px;&quot;&gt;ustawienie&amp;nbsp;&lt;/font&gt;&lt;/span&gt;&lt;/div&gt;&lt;div style=&quot;text-align: center;&quot;&gt;&lt;span style=&quot;text-wrap-mode: nowrap;&quot;&gt;&lt;font style=&quot;font-size: 11px;&quot;&gt;pinów&lt;/font&gt;&lt;/span&gt;&lt;/div&gt;&lt;div style=&quot;text-align: center;&quot;&gt;&lt;span style=&quot;text-wrap-mode: nowrap;&quot;&gt;&lt;font style=&quot;font-size: 11px;&quot;&gt;&amp;nbsp;sterujących&amp;nbsp;&lt;/font&gt;&lt;/span&gt;&lt;/div&gt;&lt;div style=&quot;text-align: center;&quot;&gt;&lt;span style=&quot;font-size: 11px; text-wrap-mode: nowrap;&quot;&gt;ESP32 -&amp;gt; A7670&lt;/span&gt;&lt;/div&gt;&lt;div style=&quot;text-align: center;&quot;&gt;&lt;span style=&quot;text-wrap-mode: nowrap;&quot;&gt;&lt;br&gt;&lt;/span&gt;&lt;/div&gt;" vertex="1">
          <mxGeometry height="65" width="90" x="10" y="39" as="geometry" />
        </mxCell>
        <mxCell id="zzqq1YDTvUKB0URQ00NY-106" parent="zzqq1YDTvUKB0URQ00NY-97" style="html=1;shadow=0;dashed=0;align=center;verticalAlign=middle;shape=mxgraph.arrows2.arrow;dy=0;dx=10;notch=10;fontSize=11;" value="test komunikacji&amp;nbsp;&lt;div&gt;AT&amp;nbsp;&lt;div&gt;(awaryjne&amp;nbsp;&lt;/div&gt;&lt;div&gt;włączenie w razie&amp;nbsp;&lt;/div&gt;&lt;div&gt;niepowodzenia)&lt;/div&gt;&lt;/div&gt;" vertex="1">
          <mxGeometry height="78" width="110" x="440" y="39" as="geometry" />
        </mxCell>
        <mxCell id="zzqq1YDTvUKB0URQ00NY-107" parent="zzqq1YDTvUKB0URQ00NY-97" style="html=1;shadow=0;dashed=0;align=center;verticalAlign=middle;shape=mxgraph.arrows2.arrow;dy=0;dx=10;notch=10;fontSize=11;" value="wyłączenie&lt;div&gt;odbiornika&amp;nbsp;&lt;/div&gt;&lt;div&gt;GPS/GNSS&lt;/div&gt;" vertex="1">
          <mxGeometry height="78" width="110" x="550" y="40" as="geometry" />
        </mxCell>
        <mxCell id="zzqq1YDTvUKB0URQ00NY-108" edge="1" parent="1" source="zzqq1YDTvUKB0URQ00NY-41" style="edgeStyle=orthogonalEdgeStyle;rounded=0;orthogonalLoop=1;jettySize=auto;html=1;entryX=0.5;entryY=0;entryDx=0;entryDy=0;exitX=0.5;exitY=1;exitDx=0;exitDy=0;" target="zzqq1YDTvUKB0URQ00NY-104">
          <mxGeometry relative="1" as="geometry" />
        </mxCell>
        <mxCell id="zzqq1YDTvUKB0URQ00NY-119" edge="1" parent="1" source="zzqq1YDTvUKB0URQ00NY-109" style="edgeStyle=orthogonalEdgeStyle;rounded=0;orthogonalLoop=1;jettySize=auto;html=1;" target="zzqq1YDTvUKB0URQ00NY-115">
          <mxGeometry relative="1" as="geometry" />
        </mxCell>
        <mxCell id="zzqq1YDTvUKB0URQ00NY-109" parent="1" style="rhombus;whiteSpace=wrap;html=1;" value="czy&amp;nbsp;&lt;div&gt;sukces&lt;/div&gt;" vertex="1">
          <mxGeometry height="80" width="80" x="855" y="270" as="geometry" />
        </mxCell>
        <mxCell id="zzqq1YDTvUKB0URQ00NY-110" parent="1" style="text;html=1;whiteSpace=wrap;strokeColor=none;fillColor=none;align=center;verticalAlign=middle;rounded=0;" value="Tak" vertex="1">
          <mxGeometry height="30" width="60" x="900" y="340" as="geometry" />
        </mxCell>
        <mxCell id="zzqq1YDTvUKB0URQ00NY-111" parent="1" style="text;html=1;whiteSpace=wrap;strokeColor=none;fillColor=none;align=center;verticalAlign=middle;rounded=0;" value="Nie" vertex="1">
          <mxGeometry height="30" width="60" x="800" y="270" as="geometry" />
        </mxCell>
        <mxCell id="zzqq1YDTvUKB0URQ00NY-121" edge="1" parent="1" source="zzqq1YDTvUKB0URQ00NY-113" style="edgeStyle=orthogonalEdgeStyle;rounded=0;orthogonalLoop=1;jettySize=auto;html=1;entryX=0;entryY=0.5;entryDx=0;entryDy=0;" target="zzqq1YDTvUKB0URQ00NY-41" value="">
          <mxGeometry relative="1" as="geometry" />
        </mxCell>
        <mxCell id="zzqq1YDTvUKB0URQ00NY-113" parent="1" style="rounded=1;whiteSpace=wrap;html=1;" value="Reset&amp;nbsp;&lt;div&gt;modemu&lt;/div&gt;" vertex="1">
          <mxGeometry height="60" width="120" x="450" y="130" as="geometry" />
        </mxCell>
        <mxCell id="zzqq1YDTvUKB0URQ00NY-114" edge="1" parent="1" source="zzqq1YDTvUKB0URQ00NY-115" style="edgeStyle=orthogonalEdgeStyle;rounded=0;orthogonalLoop=1;jettySize=auto;html=1;" target="zzqq1YDTvUKB0URQ00NY-113" value="">
          <mxGeometry relative="1" as="geometry" />
        </mxCell>
        <mxCell id="zzqq1YDTvUKB0URQ00NY-122" edge="1" parent="1" source="zzqq1YDTvUKB0URQ00NY-115" style="edgeStyle=orthogonalEdgeStyle;rounded=0;orthogonalLoop=1;jettySize=auto;html=1;entryX=0.002;entryY=0.151;entryDx=0;entryDy=0;entryPerimeter=0;" target="zzqq1YDTvUKB0URQ00NY-73">
          <mxGeometry relative="1" as="geometry">
            <Array as="points">
              <mxPoint x="510" y="575" />
            </Array>
          </mxGeometry>
        </mxCell>
        <mxCell id="zzqq1YDTvUKB0URQ00NY-115" parent="1" style="rhombus;whiteSpace=wrap;html=1;" value="czy ponowiona próba" vertex="1">
          <mxGeometry height="80" width="80" x="470" y="270" as="geometry" />
        </mxCell>
        <mxCell id="zzqq1YDTvUKB0URQ00NY-116" parent="1" style="text;html=1;whiteSpace=wrap;strokeColor=none;fillColor=none;align=center;verticalAlign=middle;rounded=0;" value="Nie" vertex="1">
          <mxGeometry height="30" width="60" x="500" y="245" as="geometry" />
        </mxCell>
        <mxCell id="zzqq1YDTvUKB0URQ00NY-117" parent="1" style="text;html=1;whiteSpace=wrap;strokeColor=none;fillColor=none;align=center;verticalAlign=middle;rounded=0;" value="Tak" vertex="1">
          <mxGeometry height="30" width="60" x="510" y="350" as="geometry" />
        </mxCell>
        <mxCell id="zzqq1YDTvUKB0URQ00NY-120" parent="1" style="text;html=1;whiteSpace=wrap;strokeColor=none;fillColor=none;align=center;verticalAlign=middle;rounded=0;" value="ponowienie próby" vertex="1">
          <mxGeometry height="30" width="95" x="555" y="160" as="geometry" />
        </mxCell>
        <mxCell id="zzqq1YDTvUKB0URQ00NY-128" edge="1" parent="1" source="zzqq1YDTvUKB0URQ00NY-47" style="edgeStyle=orthogonalEdgeStyle;rounded=0;orthogonalLoop=1;jettySize=auto;html=1;entryX=0.5;entryY=0;entryDx=0;entryDy=0;" target="zzqq1YDTvUKB0URQ00NY-65">
          <mxGeometry relative="1" as="geometry" />
        </mxCell>
        <mxCell id="zzqq1YDTvUKB0URQ00NY-129" edge="1" parent="1" source="zzqq1YDTvUKB0URQ00NY-96" style="edgeStyle=orthogonalEdgeStyle;rounded=0;orthogonalLoop=1;jettySize=auto;html=1;" target="zzqq1YDTvUKB0URQ00NY-82" value="">
          <mxGeometry relative="1" as="geometry" />
        </mxCell>
      </root>
    </mxGraphModel>
  </diagram>
</mxfile>
